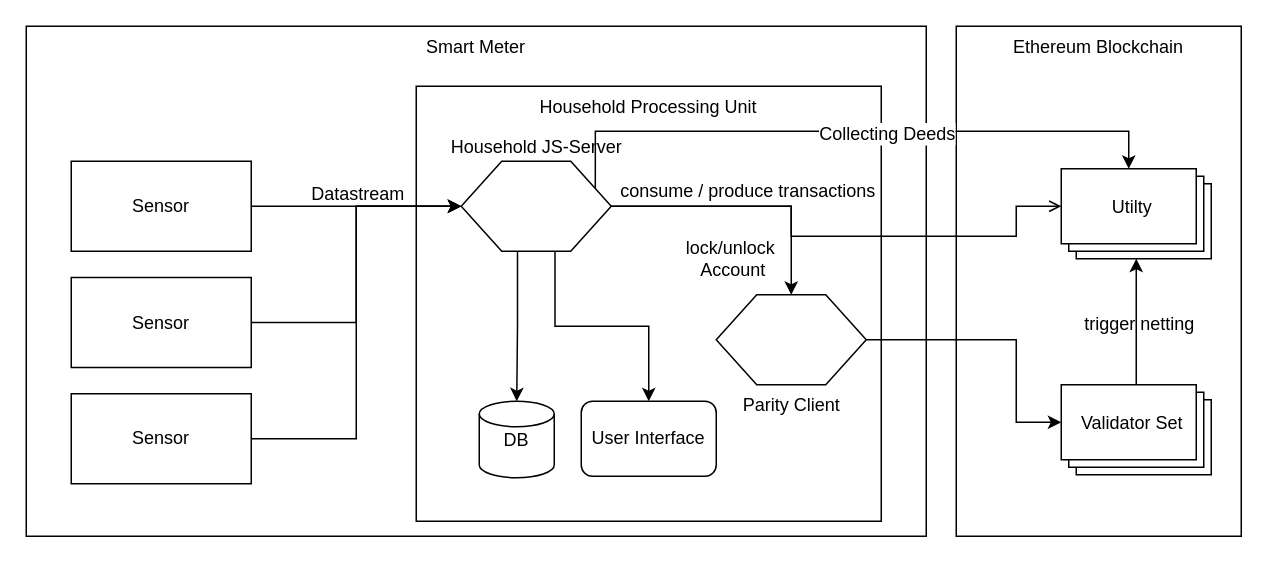
Before: documentation/architecture.drawio in JacobEberhardt/decentralized-energy-trading, a draw.io diagram. Source tidied: cells renumbered, new cells numbered last; positions are measured from the earlier drawing's top-left corner, leaving out a move shared by most shapes. Both pictures are drawn from the tidied source at 150%, with x=0, y=0 at pixel (26, 26).
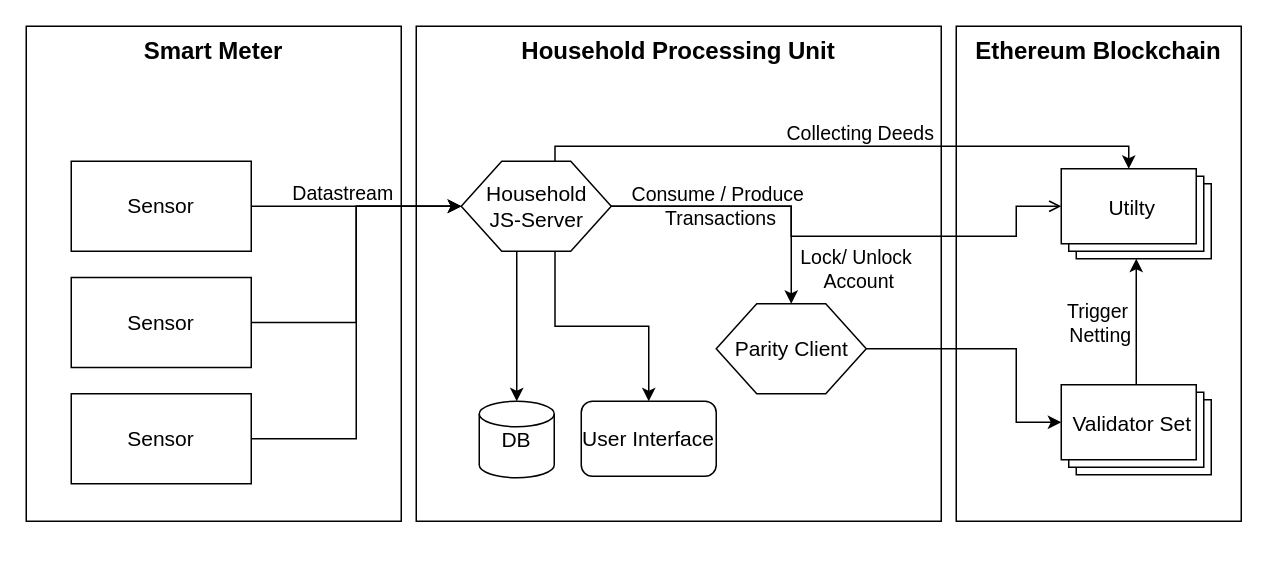
The same page after the edit.

Diff of the diagram source:
```diff
@@
-    <mxCell id="2" value="Ethereum Blockchain" style="rounded=0;whiteSpace=wrap;html=1;shadow=0;glass=0;comic=0;labelBackgroundColor=none;strokeColor=#000000;strokeWidth=1;fillColor=none;fontSize=12;verticalAlign=top;" parent="1" vertex="1">
-      <mxGeometry x="620" width="190" height="340" as="geometry" />
+    <mxCell id="2" value="Ethereum Blockchain" style="rounded=0;whiteSpace=wrap;html=1;shadow=0;glass=0;comic=0;labelBackgroundColor=none;strokeColor=#000000;strokeWidth=1;fillColor=none;fontSize=16;verticalAlign=top;fontStyle=1;" parent="1" vertex="1">
+      <mxGeometry x="620" width="190" height="330" as="geometry" />
     </mxCell>
-    <mxCell id="3" value="Smart Meter" style="rounded=0;whiteSpace=wrap;html=1;labelBackgroundColor=none;strokeWidth=1;fillColor=none;fontSize=12;verticalAlign=top;" parent="1" vertex="1">
-      <mxGeometry width="600" height="340" as="geometry" />
+    <mxCell id="3" value="Smart Meter" style="rounded=0;whiteSpace=wrap;html=1;labelBackgroundColor=none;strokeWidth=1;fillColor=none;fontSize=16;verticalAlign=top;fontStyle=1;" parent="1" vertex="1">
+      <mxGeometry width="250" height="330" as="geometry" />
     </mxCell>
-    <mxCell id="4" style="edgeStyle=orthogonalEdgeStyle;rounded=0;jettySize=auto;html=1;labelPosition=center;verticalLabelPosition=top;align=center;verticalAlign=bottom;spacingTop=0;endArrow=classic;endFill=1;" parent="1" edge="1" source="6" target="17">
+    <mxCell id="4" style="edgeStyle=orthogonalEdgeStyle;rounded=0;jettySize=auto;html=1;labelPosition=center;verticalLabelPosition=top;align=center;verticalAlign=bottom;spacingTop=0;endArrow=classic;endFill=1;fontSize=12;" parent="1" edge="1" source="6" target="17">
       <mxGeometry relative="1" as="geometry" />
     </mxCell>
-    <mxCell id="5" value="&lt;p style=&quot;line-height: 100% ; font-size: 12px&quot;&gt;Datastream&lt;/p&gt;" style="text;html=1;align=center;verticalAlign=middle;labelBackgroundColor=none;fontSize=12;" parent="4" vertex="1">
+    <mxCell id="5" value="&lt;p style=&quot;line-height: 100%; font-size: 13px;&quot;&gt;Datastream&lt;/p&gt;" style="text;html=1;align=center;verticalAlign=middle;labelBackgroundColor=none;fontSize=13;" parent="4" vertex="1">
       <mxGeometry x="-0.29" y="1" relative="1" as="geometry">
-        <mxPoint x="20" y="-9" as="offset" />
+        <mxPoint x="10" y="-9" as="offset" />
       </mxGeometry>
     </mxCell>
-    <mxCell id="6" value="Sensor" style="rounded=0;whiteSpace=wrap;html=1;" parent="1" vertex="1">
+    <mxCell id="6" value="Sensor" style="rounded=0;whiteSpace=wrap;html=1;fontSize=14;" parent="1" vertex="1">
       <mxGeometry x="30" y="90" width="120" height="60" as="geometry" />
     </mxCell>
-    <mxCell id="7" value="Household Processing Unit" style="rounded=0;whiteSpace=wrap;html=1;verticalAlign=top;fillColor=none;strokeWidth=1;strokeColor=#000000;perimeterSpacing=0;glass=0;shadow=0;comic=0;" parent="1" vertex="1">
-      <mxGeometry x="260" y="40" width="310" height="290" as="geometry" />
+    <mxCell id="7" value="Household Processing Unit" style="rounded=0;whiteSpace=wrap;html=1;verticalAlign=top;fillColor=none;strokeWidth=1;strokeColor=#000000;perimeterSpacing=0;glass=0;shadow=0;comic=0;fontSize=16;fontStyle=1;" parent="1" vertex="1">
+      <mxGeometry x="260" width="350" height="330" as="geometry" />
     </mxCell>
-    <mxCell id="8" style="edgeStyle=orthogonalEdgeStyle;rounded=0;jettySize=auto;html=1;exitX=1;exitY=0.5;exitDx=0;exitDy=0;entryX=0;entryY=0;entryDx=0;entryDy=25;entryPerimeter=0;" parent="1" edge="1" source="9" target="23">
+    <mxCell id="8" style="edgeStyle=orthogonalEdgeStyle;rounded=0;jettySize=auto;html=1;exitX=1;exitY=0.5;exitDx=0;exitDy=0;entryX=0;entryY=0;entryDx=0;entryDy=25;entryPerimeter=0;fontSize=12;" parent="1" edge="1" source="9" target="23">
       <mxGeometry relative="1" as="geometry">
         <Array as="points">
-          <mxPoint x="660" y="209" />
+          <mxPoint x="660" y="215" />
           <mxPoint x="660" y="264" />
         </Array>
       </mxGeometry>
     </mxCell>
-    <mxCell id="9" value="Parity Client" style="verticalLabelPosition=bottom;verticalAlign=top;html=1;strokeWidth=1;shape=hexagon;perimeter=hexagonPerimeter2;arcSize=6;size=0.27;" parent="1" vertex="1">
-      <mxGeometry x="460" y="179" width="100" height="60" as="geometry" />
+    <mxCell id="9" value="Parity Client" style="verticalLabelPosition=middle;verticalAlign=middle;html=1;strokeWidth=1;shape=hexagon;perimeter=hexagonPerimeter2;arcSize=6;size=0.27;fontSize=14;labelPosition=center;align=center;" parent="1" vertex="1">
+      <mxGeometry x="460" y="185" width="100" height="60" as="geometry" />
     </mxCell>
-    <mxCell id="10" style="edgeStyle=orthogonalEdgeStyle;rounded=0;jettySize=auto;html=1;exitX=1;exitY=0.75;exitDx=0;exitDy=0;" parent="1" edge="1" source="17" target="9">
+    <mxCell id="10" style="edgeStyle=orthogonalEdgeStyle;rounded=0;jettySize=auto;html=1;exitX=1;exitY=0.75;exitDx=0;exitDy=0;fontSize=12;" parent="1" edge="1" source="17" target="9">
       <mxGeometry relative="1" as="geometry">
         <Array as="points">
           <mxPoint x="379" y="120" />
           <mxPoint x="510" y="120" />
         </Array>
       </mxGeometry>
     </mxCell>
-    <mxCell id="11" value="lock/unlock&amp;nbsp;&lt;br&gt;Account&lt;br&gt;" style="text;html=1;align=center;verticalAlign=middle;labelBackgroundColor=none;" parent="10" vertex="1">
+    <mxCell id="11" value="Lock/ Unlock&amp;nbsp;&lt;br style=&quot;font-size: 13px&quot;&gt;Account&lt;br style=&quot;font-size: 13px&quot;&gt;" style="text;html=1;align=center;verticalAlign=middle;labelBackgroundColor=none;fontSize=13;" parent="10" vertex="1">
       <mxGeometry x="0.42" y="-1" relative="1" as="geometry">
-        <mxPoint x="-38.5" y="34" as="offset" />
+        <mxPoint x="45" y="37" as="offset" />
       </mxGeometry>
     </mxCell>
-    <mxCell id="12" style="edgeStyle=orthogonalEdgeStyle;rounded=0;jettySize=auto;html=1;exitX=0.375;exitY=1;exitDx=0;exitDy=0;entryX=0.5;entryY=0;entryDx=0;entryDy=0;entryPerimeter=0;" parent="1" edge="1" source="17" target="19">
-      <mxGeometry relative="1" as="geometry" />
+    <mxCell id="12" style="edgeStyle=orthogonalEdgeStyle;rounded=0;jettySize=auto;html=1;entryX=0.5;entryY=0;entryDx=0;entryDy=0;entryPerimeter=0;fontSize=12;" parent="1" edge="1" source="17" target="19">
+      <mxGeometry relative="1" as="geometry">
+        <Array as="points">
+          <mxPoint x="327" y="170" />
+          <mxPoint x="327" y="170" />
+        </Array>
+      </mxGeometry>
     </mxCell>
-    <mxCell id="13" style="edgeStyle=orthogonalEdgeStyle;rounded=0;jettySize=auto;html=1;exitX=1;exitY=0.5;exitDx=0;exitDy=0;endArrow=open;endFill=0;" parent="1" edge="1" source="17">
+    <mxCell id="13" style="edgeStyle=orthogonalEdgeStyle;rounded=0;jettySize=auto;html=1;exitX=1;exitY=0.5;exitDx=0;exitDy=0;endArrow=open;endFill=0;fontSize=12;" parent="1" edge="1" source="17">
       <mxGeometry relative="1" as="geometry">
         <mxPoint x="690" y="120" as="targetPoint" />
         <Array as="points">
           <mxPoint x="510" y="120" />
           <mxPoint x="510" y="140" />
           <mxPoint x="660" y="140" />
           <mxPoint x="660" y="120" />
         </Array>
       </mxGeometry>
     </mxCell>
-    <mxCell id="14" value="consume / produce transactions&lt;br&gt;" style="text;html=1;align=center;verticalAlign=middle;labelBackgroundColor=none;" parent="13" vertex="1">
+    <mxCell id="14" value="Consume / Produce&lt;br style=&quot;font-size: 13px&quot;&gt;&amp;nbsp;Transactions&lt;br style=&quot;font-size: 13px&quot;&gt;" style="text;html=1;align=center;verticalAlign=middle;labelBackgroundColor=none;fontSize=13;" parent="13" vertex="1">
       <mxGeometry x="0.6" relative="1" as="geometry">
-        <mxPoint x="-162" y="-30.5" as="offset" />
+        <mxPoint x="-182" y="-21" as="offset" />
       </mxGeometry>
     </mxCell>
-    <mxCell id="15" style="edgeStyle=orthogonalEdgeStyle;rounded=0;jettySize=auto;html=1;exitX=1;exitY=0.25;exitDx=0;exitDy=0;entryX=0;entryY=0;entryDx=45;entryDy=0;entryPerimeter=0;strokeColor=#000000;startArrow=none;startFill=0;" parent="1" edge="1" source="17" target="24">
+    <mxCell id="15" style="edgeStyle=orthogonalEdgeStyle;rounded=0;jettySize=auto;html=1;exitX=0.625;exitY=0;exitDx=0;exitDy=0;entryX=0;entryY=0;entryDx=45;entryDy=0;entryPerimeter=0;strokeColor=#000000;startArrow=none;startFill=0;fontSize=12;" parent="1" edge="1" source="17" target="24">
       <mxGeometry relative="1" as="geometry">
         <Array as="points">
-          <mxPoint x="380" y="70" />
-          <mxPoint x="735" y="70" />
+          <mxPoint x="353" y="80" />
+          <mxPoint x="735" y="80" />
         </Array>
       </mxGeometry>
     </mxCell>
-    <mxCell id="16" value="Collecting Deeds" style="text;html=1;align=center;verticalAlign=middle;labelBackgroundColor=#ffffff;" parent="15" vertex="1">
-      <mxGeometry x="0.11" y="-1" relative="1" as="geometry" />
+    <mxCell id="16" value="Collecting Deeds" style="text;html=1;align=center;verticalAlign=middle;labelBackgroundColor=none;fontSize=13;" parent="15" vertex="1">
+      <mxGeometry x="0.11" y="-1" relative="1" as="geometry">
+        <mxPoint x="-13" y="-11" as="offset" />
+      </mxGeometry>
     </mxCell>
-    <mxCell id="17" value="Household JS-Server" style="verticalLabelPosition=top;verticalAlign=bottom;html=1;strokeWidth=1;shape=hexagon;perimeter=hexagonPerimeter2;arcSize=6;size=0.27;labelPosition=center;align=center;" parent="1" vertex="1">
+    <mxCell id="17" value="Household&lt;br style=&quot;font-size: 14px;&quot;&gt;JS-Server" style="verticalLabelPosition=middle;verticalAlign=middle;strokeWidth=1;shape=hexagon;perimeter=hexagonPerimeter2;arcSize=6;size=0.27;labelPosition=center;align=center;html=1;fontSize=14;" parent="1" vertex="1">
       <mxGeometry x="290" y="90" width="100" height="60" as="geometry" />
     </mxCell>
-    <mxCell id="18" style="edgeStyle=orthogonalEdgeStyle;rounded=0;jettySize=auto;html=1;exitX=0.625;exitY=1;exitDx=0;exitDy=0;entryX=0.5;entryY=0;entryDx=0;entryDy=0;" parent="1" edge="1" source="17" target="20">
+    <mxCell id="18" style="edgeStyle=orthogonalEdgeStyle;rounded=0;jettySize=auto;html=1;exitX=0.625;exitY=1;exitDx=0;exitDy=0;entryX=0.5;entryY=0;entryDx=0;entryDy=0;fontSize=12;" parent="1" edge="1" source="17" target="20">
       <mxGeometry relative="1" as="geometry">
         <Array as="points">
           <mxPoint x="353" y="200" />
           <mxPoint x="415" y="200" />
         </Array>
       </mxGeometry>
     </mxCell>
-    <mxCell id="19" value="DB" style="strokeWidth=1;html=1;shape=mxgraph.flowchart.database;whiteSpace=wrap;fillColor=#FFFFFF;" parent="1" vertex="1">
+    <mxCell id="19" value="DB" style="strokeWidth=1;html=1;shape=mxgraph.flowchart.database;whiteSpace=wrap;fillColor=#FFFFFF;fontSize=14;" parent="1" vertex="1">
       <mxGeometry x="302" y="250" width="50" height="51" as="geometry" />
     </mxCell>
-    <mxCell id="20" value="User Interface" style="rounded=1;whiteSpace=wrap;html=1;strokeWidth=1;fillColor=#FFFFFF;" parent="1" vertex="1">
+    <mxCell id="20" value="User Interface" style="rounded=1;whiteSpace=wrap;html=1;strokeWidth=1;fillColor=#FFFFFF;fontSize=14;" parent="1" vertex="1">
       <mxGeometry x="370" y="250" width="90" height="50" as="geometry" />
     </mxCell>
-    <mxCell id="21" style="edgeStyle=orthogonalEdgeStyle;rounded=0;jettySize=auto;html=1;exitX=0.5;exitY=0.5;exitDx=0;exitDy=0;exitPerimeter=0;endArrow=classic;endFill=1;" parent="1" edge="1" source="23" target="24">
+    <mxCell id="21" style="edgeStyle=orthogonalEdgeStyle;rounded=0;jettySize=auto;html=1;exitX=0.5;exitY=0.5;exitDx=0;exitDy=0;exitPerimeter=0;endArrow=classic;endFill=1;fontSize=12;" parent="1" edge="1" source="23" target="24">
       <mxGeometry relative="1" as="geometry" />
     </mxCell>
-    <mxCell id="22" value="trigger netting" style="text;html=1;align=center;verticalAlign=middle;labelBackgroundColor=none;" parent="21" vertex="1">
-      <mxGeometry x="0.25" y="-1" relative="1" as="geometry" />
+    <mxCell id="22" value="Trigger&amp;nbsp;&lt;br&gt;Netting" style="text;html=1;align=center;verticalAlign=middle;labelBackgroundColor=none;fontSize=13;" parent="21" vertex="1">
+      <mxGeometry x="0.25" y="-1" relative="1" as="geometry">
+        <mxPoint x="-26" y="-0.5" as="offset" />
+      </mxGeometry>
     </mxCell>
-    <mxCell id="23" value="Validator Set&lt;br&gt;" style="verticalLabelPosition=middle;verticalAlign=middle;html=1;shape=mxgraph.basic.layered_rect;dx=10;outlineConnect=0;strokeWidth=1;fillColor=#FFFFFF;labelPosition=center;align=center;spacingTop=-8;spacingLeft=-6;" parent="1" vertex="1">
+    <mxCell id="23" value="Validator Set&lt;br style=&quot;font-size: 14px;&quot;&gt;" style="verticalLabelPosition=middle;verticalAlign=middle;html=1;shape=mxgraph.basic.layered_rect;dx=10;outlineConnect=0;strokeWidth=1;fillColor=#FFFFFF;labelPosition=center;align=center;spacingTop=-8;spacingLeft=-6;fontSize=14;" parent="1" vertex="1">
       <mxGeometry x="690" y="239" width="100" height="60" as="geometry" />
     </mxCell>
-    <mxCell id="24" value="Utilty" style="verticalLabelPosition=middle;verticalAlign=middle;html=1;shape=mxgraph.basic.layered_rect;dx=10;outlineConnect=0;strokeWidth=1;fillColor=#FFFFFF;spacingTop=-8;spacingLeft=-6;labelPosition=center;align=center;" parent="1" vertex="1">
+    <mxCell id="24" value="Utilty" style="verticalLabelPosition=middle;verticalAlign=middle;html=1;shape=mxgraph.basic.layered_rect;dx=10;outlineConnect=0;strokeWidth=1;fillColor=#FFFFFF;spacingTop=-8;spacingLeft=-6;labelPosition=center;align=center;fontSize=14;" parent="1" vertex="1">
       <mxGeometry x="690" y="95" width="100" height="60" as="geometry" />
     </mxCell>
-    <mxCell id="25" style="edgeStyle=orthogonalEdgeStyle;rounded=0;jettySize=auto;html=1;exitX=1;exitY=0.5;exitDx=0;exitDy=0;entryX=0;entryY=0.5;entryDx=0;entryDy=0;" parent="1" edge="1" source="26" target="17">
+    <mxCell id="25" style="edgeStyle=orthogonalEdgeStyle;rounded=0;jettySize=auto;html=1;exitX=1;exitY=0.5;exitDx=0;exitDy=0;entryX=0;entryY=0.5;entryDx=0;entryDy=0;fontSize=12;" parent="1" edge="1" source="26" target="17">
       <mxGeometry relative="1" as="geometry" />
     </mxCell>
-    <mxCell id="26" value="Sensor" style="rounded=0;whiteSpace=wrap;html=1;" parent="1" vertex="1">
+    <mxCell id="26" value="Sensor" style="rounded=0;whiteSpace=wrap;html=1;fontSize=14;" parent="1" vertex="1">
       <mxGeometry x="30" y="167.5" width="120" height="60" as="geometry" />
     </mxCell>
-    <mxCell id="27" style="edgeStyle=orthogonalEdgeStyle;rounded=0;jettySize=auto;html=1;exitX=1;exitY=0.5;exitDx=0;exitDy=0;entryX=0;entryY=0.5;entryDx=0;entryDy=0;" parent="1" edge="1" source="28" target="17">
+    <mxCell id="27" style="edgeStyle=orthogonalEdgeStyle;rounded=0;jettySize=auto;html=1;exitX=1;exitY=0.5;exitDx=0;exitDy=0;entryX=0;entryY=0.5;entryDx=0;entryDy=0;fontSize=12;" parent="1" edge="1" source="28" target="17">
       <mxGeometry relative="1" as="geometry" />
     </mxCell>
-    <mxCell id="28" value="Sensor" style="rounded=0;whiteSpace=wrap;html=1;" parent="1" vertex="1">
+    <mxCell id="28" value="Sensor" style="rounded=0;whiteSpace=wrap;html=1;fontSize=14;" parent="1" vertex="1">
       <mxGeometry x="30" y="245" width="120" height="60" as="geometry" />
     </mxCell>
```
